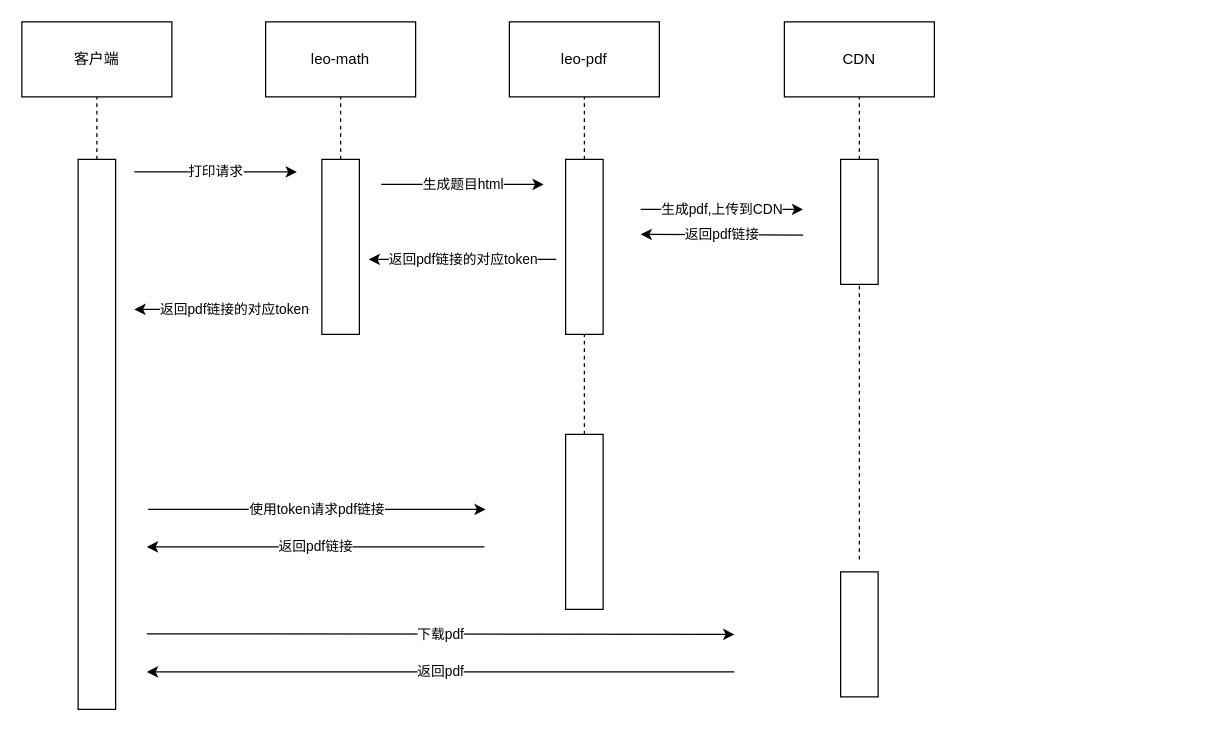
ZhangCheng-zh/blog keeps this draw.io diagram as leo-exercise-to-pdf.drawio. Above is the earlier version. Source tidied: cells renumbered, new cells numbered last; positions are measured from the earlier drawing's top-left corner, leaving out a move shared by most shapes. Both pictures are drawn from the tidied source at 125%, with x=0, y=0 at pixel (21, 21).
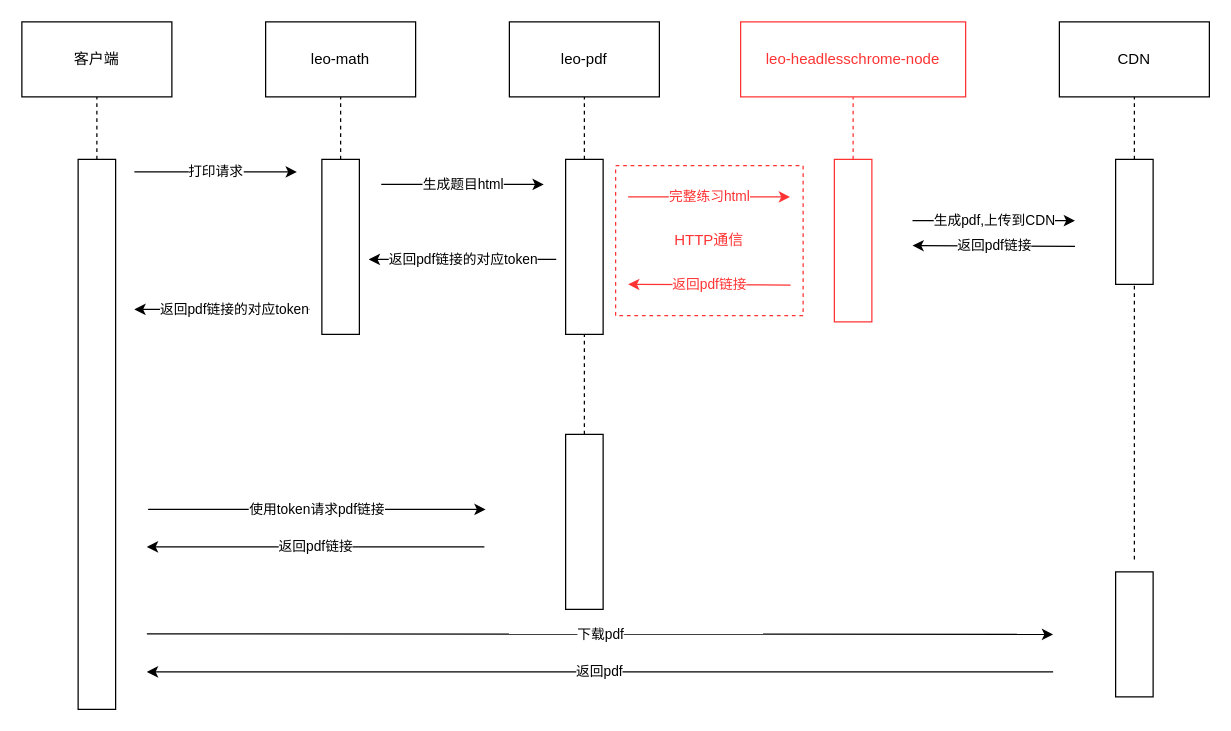
The same page after the edit.

Diff of the diagram source:
```diff
@@
     <mxCell id="13" value="生成pdf,上传到CDN" style="endArrow=classic;html=1;" parent="1" edge="1">
       <mxGeometry relative="1" as="geometry">
-        <mxPoint x="495" y="150" as="sourcePoint" />
-        <mxPoint x="625" y="150" as="targetPoint" />
+        <mxPoint x="712.5" y="159" as="sourcePoint" />
+        <mxPoint x="842.5" y="159" as="targetPoint" />
       </mxGeometry>
     </mxCell>
     <mxCell id="14" value="CDN" style="rounded=0;whiteSpace=wrap;html=1;" parent="1" vertex="1">
-      <mxGeometry x="610" width="120" height="60" as="geometry" />
+      <mxGeometry x="830" width="120" height="60" as="geometry" />
     </mxCell>
     <mxCell id="15" style="endArrow=none;dashed=1;html=1;entryX=0.5;entryY=1;entryDx=0;entryDy=0;" parent="1" edge="1">
       <mxGeometry relative="1" as="geometry">
-        <mxPoint x="670" y="110" as="sourcePoint" />
-        <mxPoint x="670" y="60" as="targetPoint" />
+        <mxPoint x="890" y="110" as="sourcePoint" />
+        <mxPoint x="890" y="60" as="targetPoint" />
       </mxGeometry>
     </mxCell>
     <mxCell id="16" style="rounded=0;whiteSpace=wrap;html=1;" parent="1" vertex="1">
-      <mxGeometry x="655" y="110" width="30" height="100" as="geometry" />
+      <mxGeometry x="875" y="110" width="30" height="100" as="geometry" />
     </mxCell>
     <mxCell id="17" value="返回pdf链接" style="endArrow=classic;html=1;" parent="1" edge="1">
       <mxGeometry relative="1" as="geometry">
-        <mxPoint x="625" y="170.5" as="sourcePoint" />
-        <mxPoint x="495" y="170" as="targetPoint" />
+        <mxPoint x="842.5" y="179.5" as="sourcePoint" />
+        <mxPoint x="712.5" y="179" as="targetPoint" />
       </mxGeometry>
     </mxCell>
@@
     <mxCell id="24" style="endArrow=none;dashed=1;html=1;entryX=0.5;entryY=1;entryDx=0;entryDy=0;" parent="1" edge="1" target="16">
       <mxGeometry relative="1" as="geometry">
-        <mxPoint x="670" y="430" as="sourcePoint" />
+        <mxPoint x="890" y="430" as="sourcePoint" />
       </mxGeometry>
     </mxCell>
     <mxCell id="25" style="rounded=0;whiteSpace=wrap;html=1;" parent="1" vertex="1">
-      <mxGeometry x="655" y="440" width="30" height="100" as="geometry" />
+      <mxGeometry x="875" y="440" width="30" height="100" as="geometry" />
     </mxCell>
     <mxCell id="26" value="下载pdf" style="endArrow=classic;html=1;" parent="1" edge="1">
       <mxGeometry relative="1" as="geometry">
         <mxPoint x="100" y="489.5" as="sourcePoint" />
-        <mxPoint x="570" y="490" as="targetPoint" />
+        <mxPoint x="825" y="490" as="targetPoint" />
       </mxGeometry>
     </mxCell>
     <mxCell id="27" value="返回pdf" style="endArrow=classic;html=1;" parent="1" edge="1">
       <mxGeometry relative="1" as="geometry">
-        <mxPoint x="570" y="520" as="sourcePoint" />
+        <mxPoint x="825" y="520" as="sourcePoint" />
         <mxPoint x="100" y="520" as="targetPoint" />
       </mxGeometry>
     </mxCell>
@@
+    <mxCell id="30" value="leo-headlesschrome-node" style="rounded=0;whiteSpace=wrap;html=1;strokeColor=#FF3333;fontColor=#FF3333;" parent="1" vertex="1">
+      <mxGeometry x="575" width="180" height="60" as="geometry" />
+    </mxCell>
+    <mxCell id="31" style="endArrow=none;dashed=1;html=1;entryX=0.5;entryY=1;entryDx=0;entryDy=0;strokeColor=#FF3333;fontColor=#FF3333;" parent="1" edge="1">
+      <mxGeometry relative="1" as="geometry">
+        <mxPoint x="665" y="110" as="sourcePoint" />
+        <mxPoint x="665" y="60" as="targetPoint" />
+      </mxGeometry>
+    </mxCell>
+    <mxCell id="32" style="rounded=0;whiteSpace=wrap;html=1;strokeColor=#FF3333;fontColor=#FF3333;" parent="1" vertex="1">
+      <mxGeometry x="650" y="110" width="30" height="130" as="geometry" />
+    </mxCell>
+    <mxCell id="33" value="完整练习html" style="endArrow=classic;html=1;fontColor=#FF3333;strokeColor=#FF3333;" parent="1" edge="1">
+      <mxGeometry relative="1" as="geometry">
+        <mxPoint x="485" y="140" as="sourcePoint" />
+        <mxPoint x="614.5" y="140" as="targetPoint" />
+      </mxGeometry>
+    </mxCell>
+    <mxCell id="34" value="返回pdf链接" style="endArrow=classic;html=1;fontColor=#FF3333;strokeColor=#FF3333;" parent="1" edge="1">
+      <mxGeometry relative="1" as="geometry">
+        <mxPoint x="615" y="210.5" as="sourcePoint" />
+        <mxPoint x="485" y="210" as="targetPoint" />
+      </mxGeometry>
+    </mxCell>
+    <mxCell id="35" style="rounded=0;whiteSpace=wrap;html=1;strokeColor=#FF3333;fillColor=none;dashed=1;fontColor=#FF3333;" parent="1" vertex="1">
+      <mxGeometry x="475" y="115" width="150" height="120" as="geometry" />
+    </mxCell>
+    <mxCell id="36" value="HTTP通信" style="text;html=1;strokeColor=none;fillColor=none;align=center;verticalAlign=middle;whiteSpace=wrap;rounded=0;dashed=1;fontColor=#FF3333;" parent="1" vertex="1">
+      <mxGeometry x="520" y="165" width="60" height="20" as="geometry" />
+    </mxCell>
```
